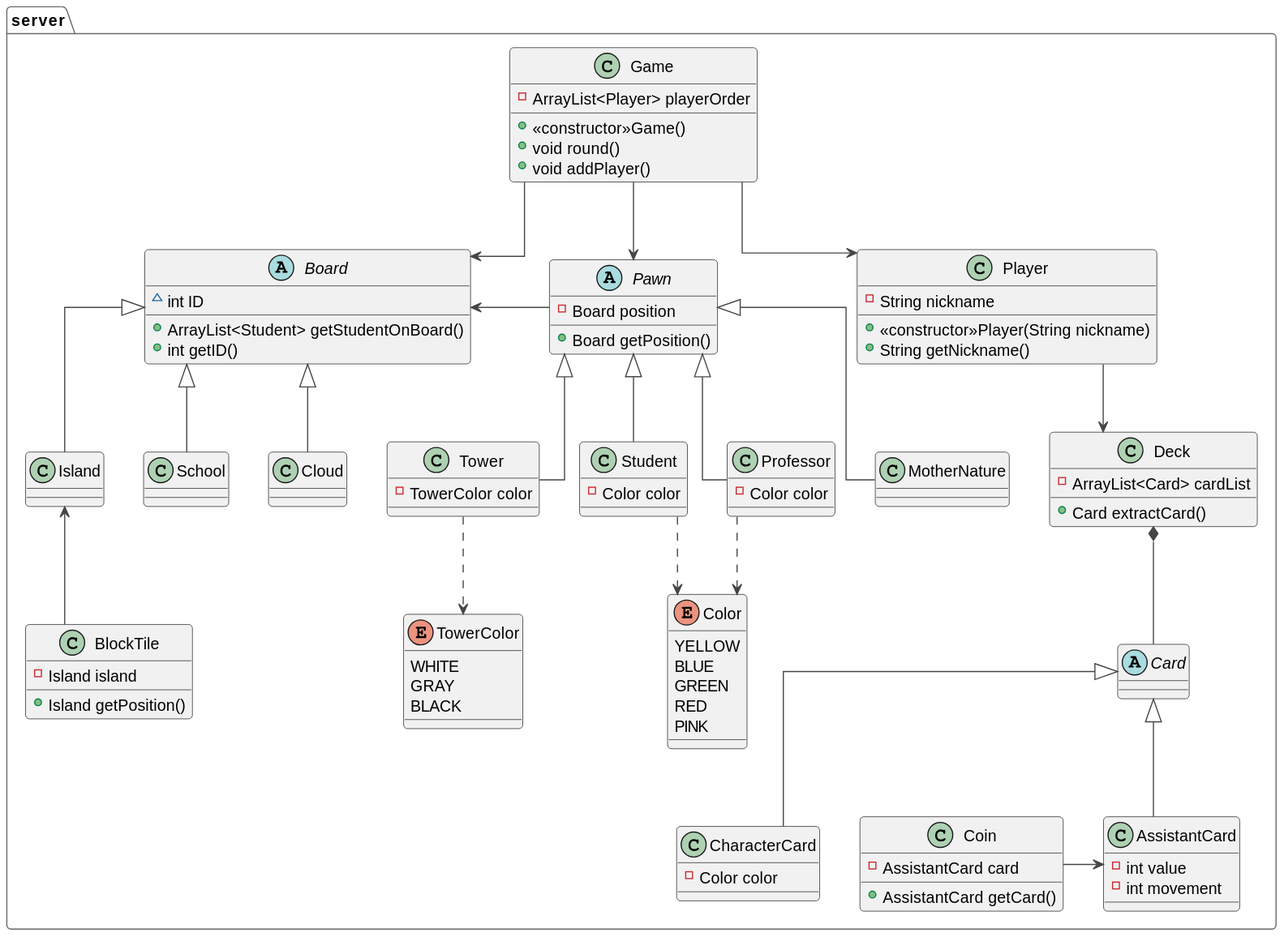
The PlantUML diagram uml/initial_uml.svg in nicolozambon/ing-sw-2022-sciarrabba-sironi-zambon, before a commit.
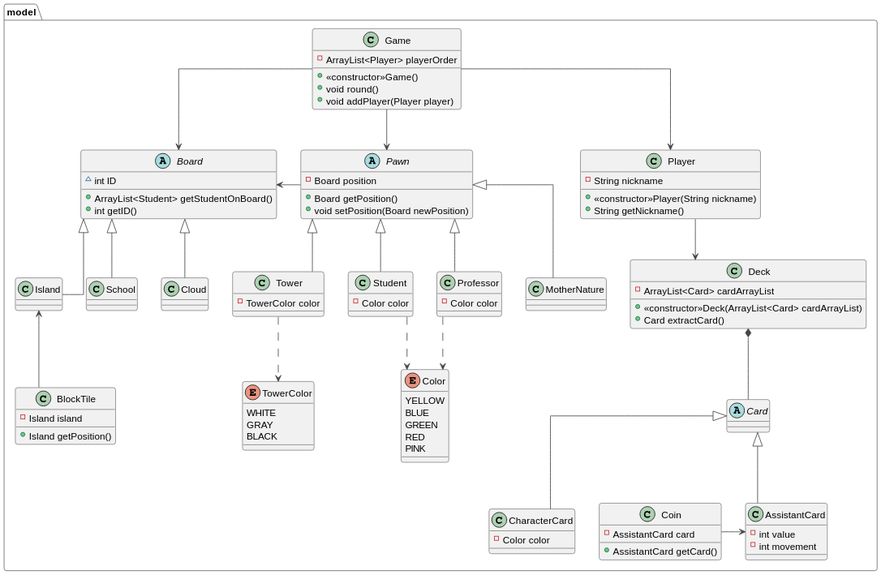
The same diagram one commit later.

What changed in the source:
```diff
@@ -1,9 +1,9 @@
-@startuml ing_sw
+@startuml initial_uml
 !theme vibrant
 skinparam Linetype polyline
 skinparam Linetype ortho
 
-package server <<Folder>> {
+package model <<Folder>> {
     enum Color {
         YELLOW
         BLUE
@@ -22,7 +22,7 @@
         - ArrayList<Player> playerOrder
         + <<constructor>>Game()
         + void round()
-        + void addPlayer()
+        + void addPlayer(Player player)
     }
 
     abstract class Board {
@@ -34,6 +34,7 @@
     abstract class Pawn {
         - Board position
         + Board getPosition()
+        + void setPosition(Board newPosition)
     }
 
     abstract class Card
@@ -80,7 +81,8 @@
     }
 
     class Deck {
-        - ArrayList<Card> cardList
+        - ArrayList<Card> cardArrayList
+        + <<constructor>>Deck(ArrayList<Card> cardArrayList)
         + Card extractCard()
     }
 
```
